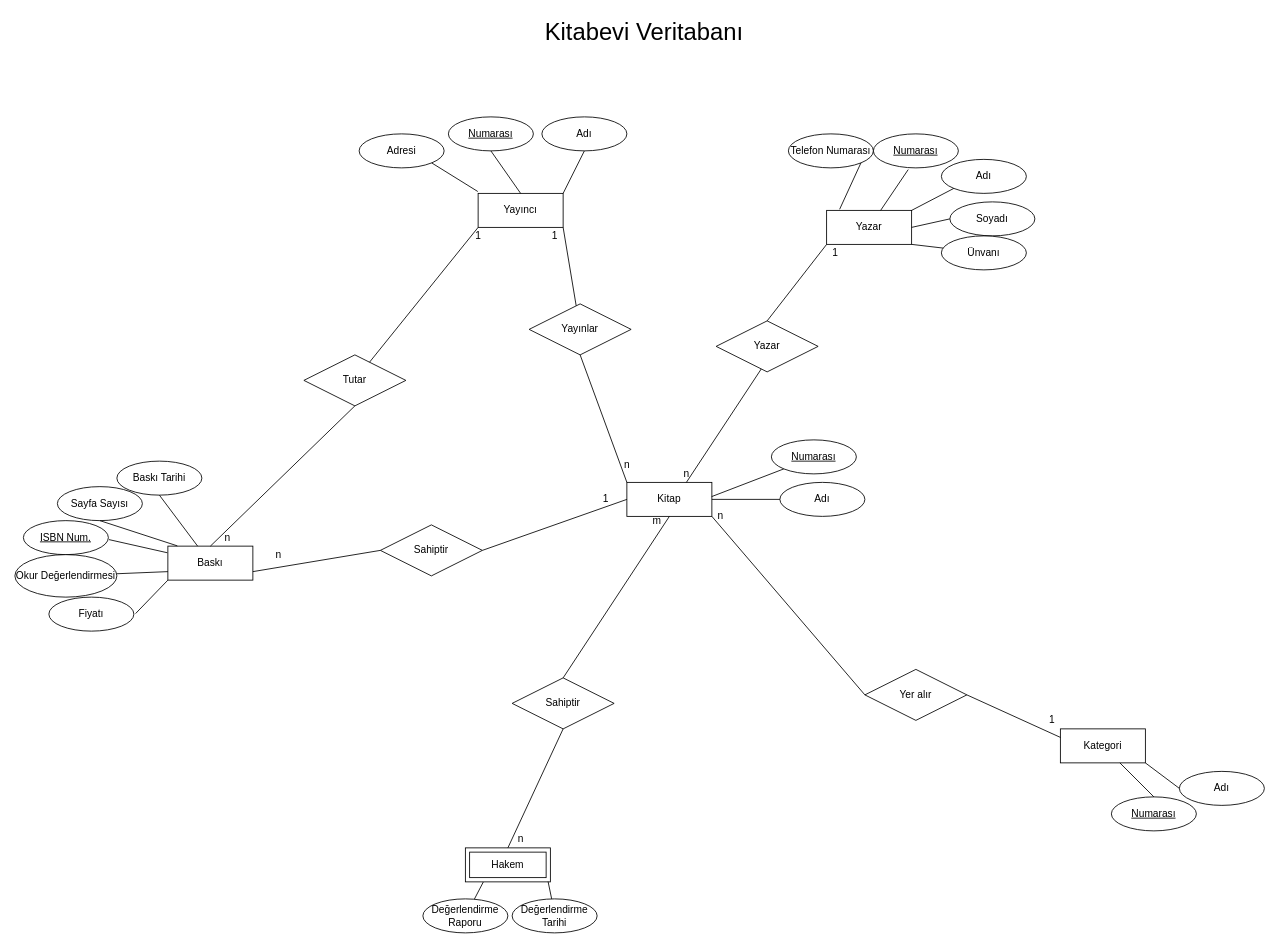
This is Untitled Diagram.drawio from cannozbek/hello-world, a draw.io file, before an edit. Source tidied: cells renumbered, new cells numbered last; positions are measured from the earlier drawing's top-left corner, leaving out a move shared by most shapes. Both pictures are drawn from the tidied source at 85%, with x=0, y=0 at pixel (14, 14).
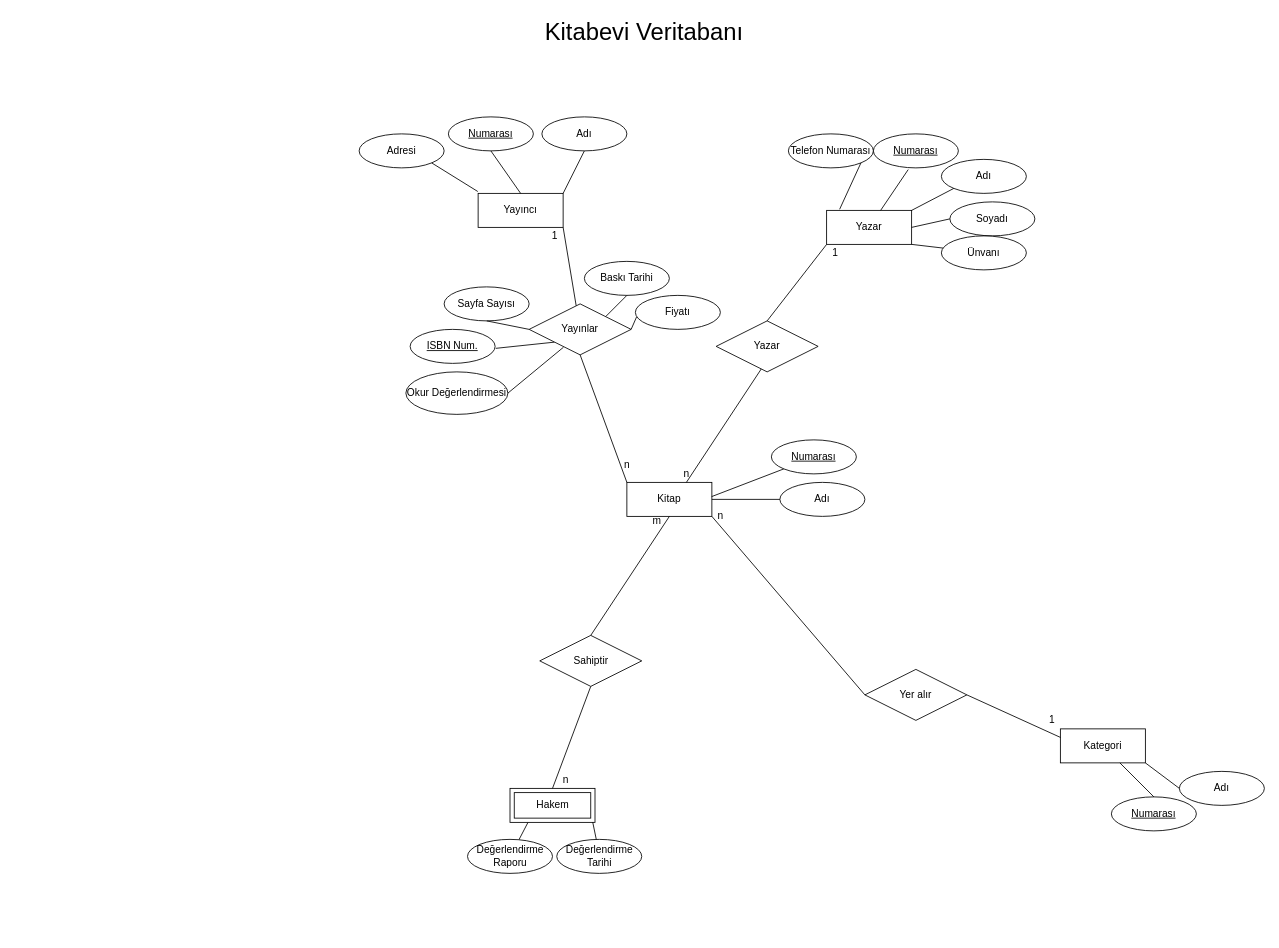
The same page after the edit.

The change refers to these unchanged cells:
```xml
<mxCell id="2" value="Yayıncı" style="whiteSpace=wrap;html=1;align=center;" parent="1" vertex="1">
  <mxGeometry x="545" y="210" width="100" height="40" as="geometry" />
</mxCell>
<mxCell id="20" value="Kitap" style="whiteSpace=wrap;html=1;align=center;" parent="1" vertex="1">
  <mxGeometry x="720" y="550" width="100" height="40" as="geometry" />
</mxCell>
<mxCell id="46" value="Yayınlar" style="shape=rhombus;perimeter=rhombusPerimeter;whiteSpace=wrap;html=1;align=center;" parent="1" vertex="1">
  <mxGeometry x="605" y="340" width="120" height="60" as="geometry" />
</mxCell>
```

The edit, as a diff of the source:
```diff
@@
     <mxCell id="30" value="Hakem" style="shape=ext;margin=3;double=1;whiteSpace=wrap;html=1;align=center;" parent="1" vertex="1">
-      <mxGeometry x="530" y="980" width="100" height="40" as="geometry" />
+      <mxGeometry x="582.5" y="910" width="100" height="40" as="geometry" />
     </mxCell>
     <mxCell id="31" value="&lt;div&gt;Değerlendirme&lt;/div&gt;&lt;div&gt;Tarihi&lt;br&gt;&lt;/div&gt;" style="ellipse;whiteSpace=wrap;html=1;align=center;" parent="1" vertex="1">
-      <mxGeometry x="585" y="1040" width="100" height="40" as="geometry" />
+      <mxGeometry x="637.5" y="970" width="100" height="40" as="geometry" />
     </mxCell>
     <mxCell id="32" value="&lt;div&gt;Değerlendirme&lt;/div&gt;&lt;div&gt;Raporu&lt;/div&gt;" style="ellipse;whiteSpace=wrap;html=1;align=center;" parent="1" vertex="1">
-      <mxGeometry x="480" y="1040" width="100" height="40" as="geometry" />
+      <mxGeometry x="532.5" y="970" width="100" height="40" as="geometry" />
     </mxCell>
@@
-    <mxCell id="35" value="Baskı" style="whiteSpace=wrap;html=1;align=center;" parent="1" vertex="1">
-      <mxGeometry x="180" y="625" width="100" height="40" as="geometry" />
-    </mxCell>
     <mxCell id="36" value="Baskı Tarihi" style="ellipse;whiteSpace=wrap;html=1;align=center;" parent="1" vertex="1">
-      <mxGeometry x="120" y="525" width="100" height="40" as="geometry" />
+      <mxGeometry x="670" y="290" width="100" height="40" as="geometry" />
     </mxCell>
     <mxCell id="37" value="Sayfa Sayısı" style="ellipse;whiteSpace=wrap;html=1;align=center;" parent="1" vertex="1">
-      <mxGeometry x="50" y="555" width="100" height="40" as="geometry" />
+      <mxGeometry x="505" y="320" width="100" height="40" as="geometry" />
     </mxCell>
     <mxCell id="38" value="&lt;u&gt;ISBN Num.&lt;/u&gt;" style="ellipse;whiteSpace=wrap;html=1;align=center;" parent="1" vertex="1">
-      <mxGeometry x="10" y="595" width="100" height="40" as="geometry" />
+      <mxGeometry x="465" y="370" width="100" height="40" as="geometry" />
     </mxCell>
-    <mxCell id="39" style="endArrow=none;html=1;rounded=0;exitX=1.007;exitY=0.558;exitDx=0;exitDy=0;entryX=-0.006;entryY=0.195;entryDx=0;entryDy=0;entryPerimeter=0;exitPerimeter=0;" parent="1" edge="1" source="38" target="35">
+    <mxCell id="39" style="endArrow=none;html=1;rounded=0;exitX=1.007;exitY=0.558;exitDx=0;exitDy=0;entryX=0;entryY=1;entryDx=0;entryDy=0;exitPerimeter=0;" parent="1" edge="1" source="38" target="46">
       <mxGeometry relative="1" as="geometry" />
     </mxCell>
-    <mxCell id="40" style="endArrow=none;html=1;rounded=0;exitX=0.5;exitY=1;exitDx=0;exitDy=0;" parent="1" edge="1" source="36" target="35">
+    <mxCell id="40" style="endArrow=none;html=1;rounded=0;exitX=0.5;exitY=1;exitDx=0;exitDy=0;entryX=1;entryY=0;entryDx=0;entryDy=0;" parent="1" edge="1" source="36" target="46">
       <mxGeometry relative="1" as="geometry" />
     </mxCell>
-    <mxCell id="41" style="endArrow=none;html=1;rounded=0;exitX=0.5;exitY=1;exitDx=0;exitDy=0;entryX=0.111;entryY=-0.008;entryDx=0;entryDy=0;entryPerimeter=0;" parent="1" edge="1" source="37" target="35">
+    <mxCell id="41" style="endArrow=none;html=1;rounded=0;exitX=0.5;exitY=1;exitDx=0;exitDy=0;entryX=0;entryY=0.5;entryDx=0;entryDy=0;" parent="1" edge="1" source="37" target="46">
       <mxGeometry relative="1" as="geometry" />
     </mxCell>
     <mxCell id="42" value="Fiyatı" style="ellipse;whiteSpace=wrap;html=1;align=center;" parent="1" vertex="1">
-      <mxGeometry x="40" y="685" width="100" height="40" as="geometry" />
+      <mxGeometry x="730" y="330" width="100" height="40" as="geometry" />
     </mxCell>
-    <mxCell id="43" style="endArrow=none;html=1;rounded=0;exitX=1.02;exitY=0.484;exitDx=0;exitDy=0;entryX=0;entryY=1;entryDx=0;entryDy=0;exitPerimeter=0;" parent="1" edge="1" source="42" target="35">
-      <mxGeometry relative="1" as="geometry" />
-    </mxCell>
     <mxCell id="44" value="Okur Değerlendirmesi" style="ellipse;whiteSpace=wrap;html=1;align=center;" parent="1" vertex="1">
-      <mxGeometry y="635" width="120" height="50" as="geometry" />
+      <mxGeometry x="460" y="420" width="120" height="50" as="geometry" />
     </mxCell>
-    <mxCell id="45" style="endArrow=none;html=1;rounded=0;entryX=0;entryY=0.75;entryDx=0;entryDy=0;" parent="1" edge="1" source="44" target="35">
-      <mxGeometry relative="1" as="geometry" />
-    </mxCell>
@@
-    <mxCell id="56" style="endArrow=none;html=1;rounded=0;exitX=0;exitY=0.5;exitDx=0;exitDy=0;entryX=1;entryY=0.5;entryDx=0;entryDy=0;" parent="1" edge="1" source="20" target="57">
-      <mxGeometry relative="1" as="geometry" />
-    </mxCell>
-    <mxCell id="57" value="Sahiptir" style="shape=rhombus;perimeter=rhombusPerimeter;whiteSpace=wrap;html=1;align=center;" parent="1" vertex="1">
-      <mxGeometry x="430" y="600" width="120" height="60" as="geometry" />
-    </mxCell>
-    <mxCell id="58" value="1" style="text;html=1;align=center;verticalAlign=middle;" parent="1" vertex="1">
-      <mxGeometry x="685" y="560" width="20" height="20" as="geometry" />
-    </mxCell>
-    <mxCell id="59" value="n" style="text;html=1;align=center;verticalAlign=middle;" parent="1" vertex="1">
-      <mxGeometry x="300" y="625" width="20" height="20" as="geometry" />
-    </mxCell>
-    <mxCell id="60" style="endArrow=none;html=1;rounded=0;exitX=0;exitY=0.5;exitDx=0;exitDy=0;entryX=1;entryY=0.75;entryDx=0;entryDy=0;" parent="1" edge="1" source="57" target="35">
-      <mxGeometry relative="1" as="geometry" />
-    </mxCell>
-    <mxCell id="61" value="Tutar" style="shape=rhombus;perimeter=rhombusPerimeter;whiteSpace=wrap;html=1;align=center;" parent="1" vertex="1">
-      <mxGeometry x="340" y="400" width="120" height="60" as="geometry" />
-    </mxCell>
-    <mxCell id="62" style="endArrow=none;html=1;rounded=0;entryX=0;entryY=1;entryDx=0;entryDy=0;" parent="1" edge="1" source="61" target="2">
-      <mxGeometry relative="1" as="geometry" />
-    </mxCell>
-    <mxCell id="63" style="endArrow=none;html=1;rounded=0;exitX=0.5;exitY=0;exitDx=0;exitDy=0;entryX=0.5;entryY=1;entryDx=0;entryDy=0;" parent="1" edge="1" source="35" target="61">
-      <mxGeometry relative="1" as="geometry" />
-    </mxCell>
-    <mxCell id="64" value="1" style="text;html=1;align=center;verticalAlign=middle;" parent="1" vertex="1">
-      <mxGeometry x="535" y="250" width="20" height="20" as="geometry" />
-    </mxCell>
-    <mxCell id="65" value="n" style="text;html=1;align=center;verticalAlign=middle;" parent="1" vertex="1">
-      <mxGeometry x="240" y="605" width="20" height="20" as="geometry" />
-    </mxCell>
@@
     <mxCell id="67" value="Sahiptir" style="shape=rhombus;perimeter=rhombusPerimeter;whiteSpace=wrap;html=1;align=center;" parent="1" vertex="1">
-      <mxGeometry x="585" y="780" width="120" height="60" as="geometry" />
+      <mxGeometry x="617.5" y="730" width="120" height="60" as="geometry" />
     </mxCell>
@@
     <mxCell id="69" value="n" style="text;html=1;align=center;verticalAlign=middle;" parent="1" vertex="1">
-      <mxGeometry x="585" y="960" width="20" height="20" as="geometry" />
+      <mxGeometry x="637.5" y="890" width="20" height="20" as="geometry" />
     </mxCell>
@@
+    <mxCell id="77" style="endArrow=none;html=1;rounded=0;exitX=1;exitY=0.5;exitDx=0;exitDy=0;entryX=0.337;entryY=0.85;entryDx=0;entryDy=0;entryPerimeter=0;" parent="1" edge="1" source="44" target="46">
+      <mxGeometry relative="1" as="geometry" />
+    </mxCell>
+    <mxCell id="78" style="endArrow=none;html=1;rounded=0;exitX=0.014;exitY=0.635;exitDx=0;exitDy=0;entryX=1;entryY=0.5;entryDx=0;entryDy=0;exitPerimeter=0;" parent="1" edge="1" source="42" target="46">
+      <mxGeometry relative="1" as="geometry" />
+    </mxCell>
```
